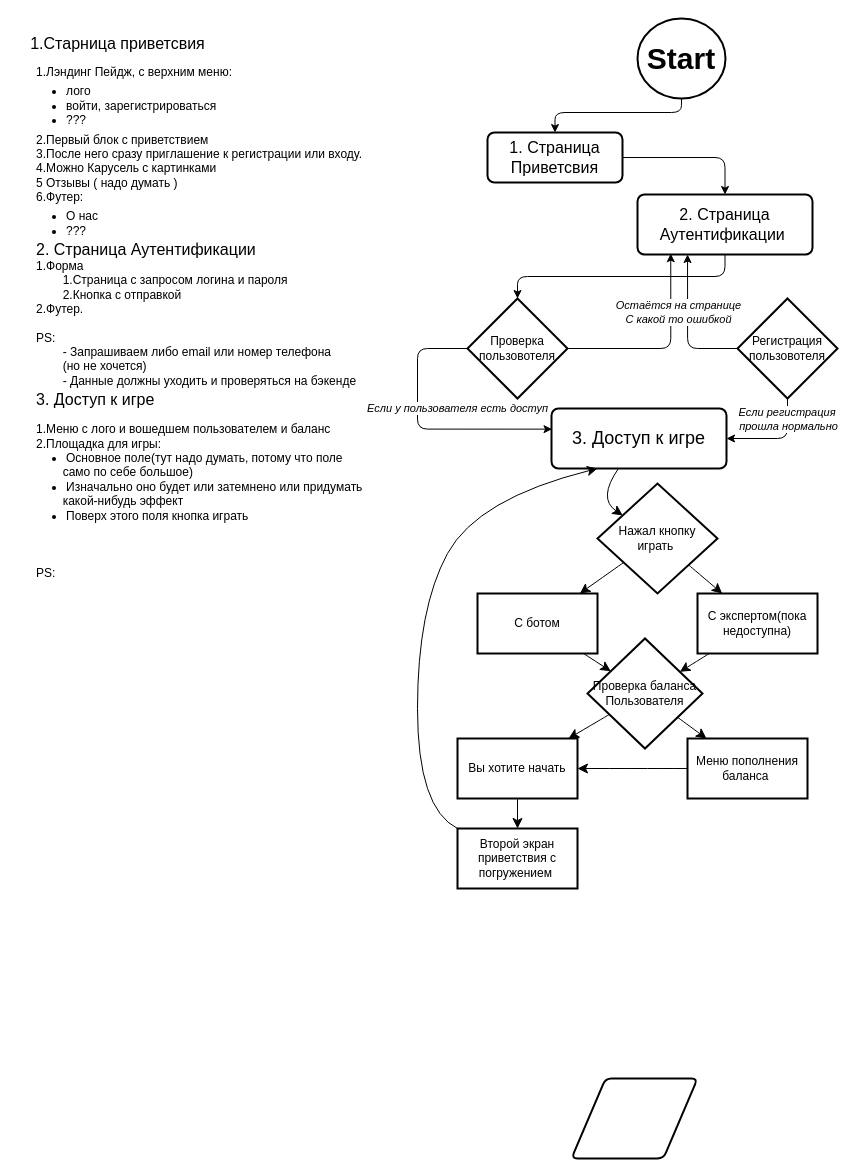
tocheniy/llg_diogram keeps this draw.io diagram as lila_game.drawio. Above is the earlier version. Source tidied: cells renumbered, new cells numbered last; positions are measured from the earlier drawing's top-left corner, leaving out a move shared by most shapes. Both pictures are drawn from the tidied source at 100%, with x=0, y=0 at pixel (17, 18).
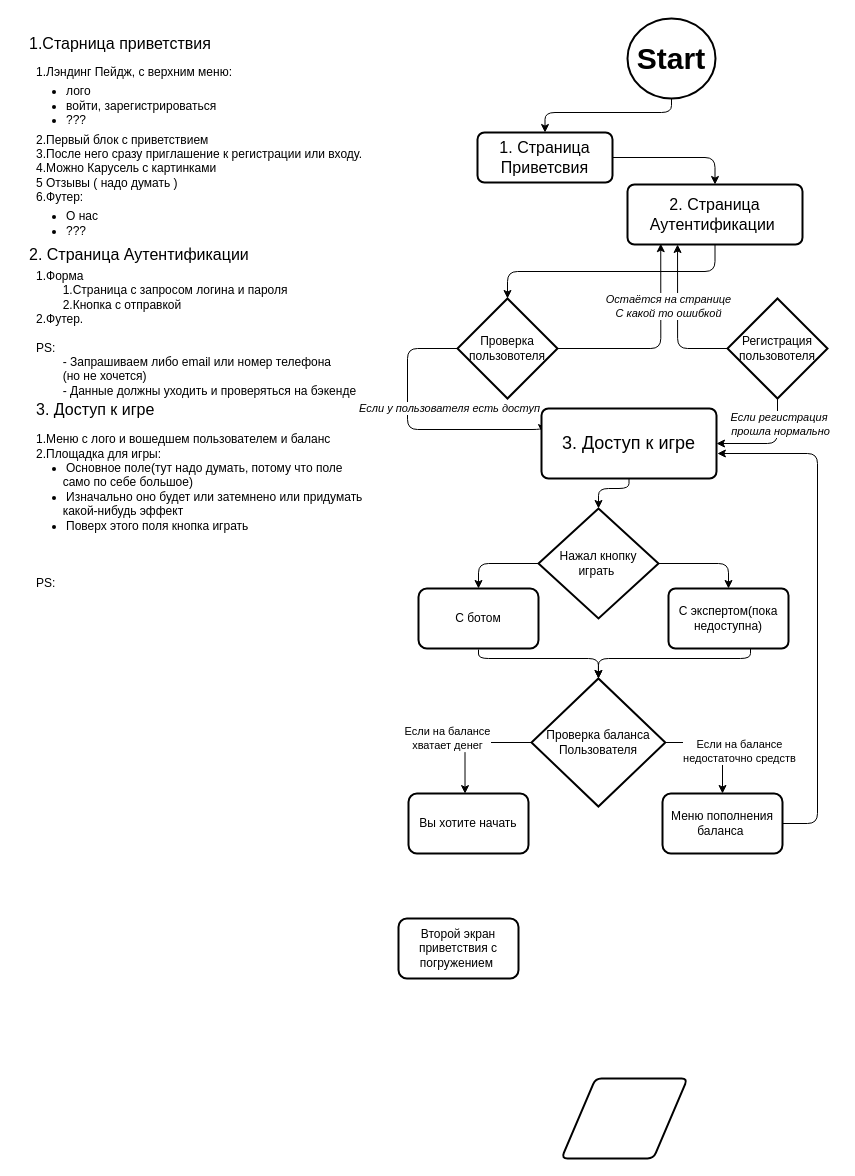
After the change.

The edit, as a diff of the source:
```diff
@@
     <mxCell id="2" value="Если у пользователя есть доступ" style="edgeStyle=orthogonalEdgeStyle;rounded=1;jettySize=auto;html=1;exitX=0;exitY=0.5;exitDx=0;exitDy=0;exitPerimeter=0;fontStyle=2;strokeColor=default;align=center;verticalAlign=middle;fontFamily=Helvetica;fontSize=11;fontColor=default;labelBackgroundColor=default;endArrow=classic;curved=0;entryX=0.003;entryY=0.344;entryDx=0;entryDy=0;entryPerimeter=0;" parent="1" edge="1" target="22">
       <mxGeometry x="0.29" y="21" relative="1" as="geometry">
-        <mxPoint x="450" y="330" as="sourcePoint" />
+        <mxPoint x="440" y="330" as="sourcePoint" />
         <Array as="points">
-          <mxPoint x="400" y="330" />
-          <mxPoint x="400" y="411" />
-          <mxPoint x="535" y="411" />
+          <mxPoint x="390" y="330" />
+          <mxPoint x="390" y="411" />
+          <mxPoint x="525" y="411" />
         </Array>
       </mxGeometry>
     </mxCell>
@@
     <mxCell id="4" value="Проверка пользовотеля" style="strokeWidth=2;html=1;shape=mxgraph.flowchart.decision;whiteSpace=wrap;" parent="1" vertex="1">
-      <mxGeometry x="450" y="280" width="100" height="100" as="geometry" />
+      <mxGeometry x="440" y="280" width="100" height="100" as="geometry" />
     </mxCell>
     <mxCell id="5" style="shape=parallelogram;html=1;strokeWidth=2;perimeter=parallelogramPerimeter;whiteSpace=wrap;rounded=1;arcSize=12;size=0.27;" parent="1" vertex="1">
-      <mxGeometry x="554" y="1060" width="126" height="80" as="geometry" />
+      <mxGeometry x="544" y="1060" width="126" height="80" as="geometry" />
     </mxCell>
@@
     <mxCell id="7" value="&lt;font style=&quot;font-size: 16px;&quot;&gt;1. Страница Приветсвия&lt;/font&gt;" style="rounded=1;whiteSpace=wrap;html=1;absoluteArcSize=1;arcSize=14;strokeWidth=2;" parent="1" vertex="1">
-      <mxGeometry x="470" y="114" width="135" height="50" as="geometry" />
+      <mxGeometry x="460" y="114" width="135" height="50" as="geometry" />
     </mxCell>
     <mxCell id="8" style="edgeStyle=orthogonalEdgeStyle;rounded=1;jettySize=auto;html=1;exitX=0.5;exitY=1;exitDx=0;exitDy=0;exitPerimeter=0;entryX=0.5;entryY=0;entryDx=0;entryDy=0;strokeColor=default;align=center;verticalAlign=middle;fontFamily=Helvetica;fontSize=11;fontColor=default;labelBackgroundColor=default;endArrow=classic;curved=0;" parent="1" edge="1" source="9" target="7">
       <mxGeometry relative="1" as="geometry">
         <Array as="points">
-          <mxPoint x="664" y="94" />
-          <mxPoint x="537" y="94" />
+          <mxPoint x="654" y="94" />
+          <mxPoint x="527" y="94" />
         </Array>
       </mxGeometry>
     </mxCell>
     <mxCell id="9" value="&lt;font style=&quot;font-size: 30px;&quot;&gt;&lt;b&gt;Start&lt;/b&gt;&lt;/font&gt;" style="strokeWidth=2;html=1;shape=mxgraph.flowchart.start_2;whiteSpace=wrap;" parent="1" vertex="1">
-      <mxGeometry x="620" width="88" height="80" as="geometry" />
+      <mxGeometry x="610" width="88" height="80" as="geometry" />
     </mxCell>
-    <mxCell id="10" value="1.Старница приветсвия" style="text;html=1;align=center;verticalAlign=middle;strokeColor=none;fillColor=none;fontSize=16;" parent="1" vertex="1">
-      <mxGeometry y="10" width="200" height="30" as="geometry" />
+    <mxCell id="10" value="1.Старница приветствия" style="text;html=1;align=left;verticalAlign=middle;strokeColor=none;fillColor=none;fontSize=16;" parent="1" vertex="1">
+      <mxGeometry x="10" y="10" width="210" height="30" as="geometry" />
     </mxCell>
@@
     <mxCell id="12" value="&lt;font style=&quot;font-size: 16px;&quot;&gt;2. Страница Аутентификации&amp;nbsp;&lt;/font&gt;" style="rounded=1;whiteSpace=wrap;html=1;absoluteArcSize=1;arcSize=14;strokeWidth=2;" parent="1" vertex="1">
-      <mxGeometry x="620" y="176" width="175" height="60" as="geometry" />
+      <mxGeometry x="610" y="166" width="175" height="60" as="geometry" />
     </mxCell>
     <mxCell id="13" value="2. Страница Аутентификации" style="text;align=left;verticalAlign=middle;strokeColor=none;fillColor=none;fontSize=16;" parent="1" vertex="1">
-      <mxGeometry x="17" y="215" width="240" height="30" as="geometry" />
+      <mxGeometry x="10" y="220" width="240" height="30" as="geometry" />
     </mxCell>
     <mxCell id="14" value="&lt;div&gt;&lt;span style=&quot;background-color: initial;&quot;&gt;1.Форма&lt;/span&gt;&lt;br&gt;&lt;/div&gt;&lt;span style=&quot;white-space: pre;&quot;&gt;&#9;&lt;/span&gt;1.Страница с запросом логина и пароля&lt;div&gt;&lt;span style=&quot;white-space: pre;&quot;&gt;&#9;&lt;/span&gt;2.Кнопка с отправкой&lt;/div&gt;&lt;div&gt;2.Футер.&lt;/div&gt;&lt;div&gt;&lt;br&gt;&lt;/div&gt;&lt;div&gt;PS:&lt;/div&gt;&lt;div&gt;&lt;span style=&quot;white-space: pre;&quot;&gt;&#9;&lt;/span&gt;- Запрашиваем либо email или номер телефона&amp;nbsp;&lt;/div&gt;&lt;div&gt;&lt;span style=&quot;white-space: pre;&quot;&gt;&#9;&lt;/span&gt;(&lt;span style=&quot;background-color: initial;&quot;&gt;но не хочется)&lt;/span&gt;&lt;/div&gt;&lt;div&gt;&lt;div&gt;&lt;span style=&quot;white-space: pre;&quot;&gt;&#9;&lt;/span&gt;- Данные должны уходить и проверяться на бэкенде&lt;/div&gt;&lt;/div&gt;" style="text;html=1;align=left;verticalAlign=middle;strokeColor=none;fillColor=none;" parent="1" vertex="1">
-      <mxGeometry x="17" y="235" width="340" height="140" as="geometry" />
+      <mxGeometry x="17" y="245" width="340" height="140" as="geometry" />
     </mxCell>
@@
     <mxCell id="20" value="Регистрация пользовотеля" style="strokeWidth=2;html=1;shape=mxgraph.flowchart.decision;whiteSpace=wrap;" parent="1" vertex="1">
-      <mxGeometry x="720" y="280" width="100" height="100" as="geometry" />
+      <mxGeometry x="710" y="280" width="100" height="100" as="geometry" />
     </mxCell>
-    <mxCell id="21" style="edgeStyle=none;curved=1;rounded=0;jettySize=auto;html=1;fontSize=12;startSize=8;endSize=8;" parent="1" edge="1" target="27">
-      <mxGeometry relative="1" as="geometry">
-        <mxPoint x="601" y="450" as="sourcePoint" />
-        <Array as="points">
-          <mxPoint x="580" y="480" />
-        </Array>
-      </mxGeometry>
-    </mxCell>
+    <mxCell id="41" style="edgeStyle=orthogonalEdgeStyle;rounded=1;jettySize=auto;html=1;curved=0;" parent="1" edge="1" source="22" target="27">
+      <mxGeometry relative="1" as="geometry">
+        <Array as="points">
+          <mxPoint x="611" y="470" />
+          <mxPoint x="581" y="470" />
+        </Array>
+      </mxGeometry>
+    </mxCell>
     <mxCell id="22" value="&lt;span style=&quot;font-size: 18px;&quot;&gt;3. Доступ к игре&lt;/span&gt;" style="rounded=1;whiteSpace=wrap;html=1;absoluteArcSize=1;arcSize=14;strokeWidth=2;" parent="1" vertex="1">
-      <mxGeometry x="534" y="390" width="175" height="60" as="geometry" />
+      <mxGeometry x="524" y="390" width="175" height="70" as="geometry" />
     </mxCell>
     <mxCell id="23" value="3. Доступ к игре" style="text;align=left;verticalAlign=middle;strokeColor=none;fillColor=none;fontSize=16;" parent="1" vertex="1">
-      <mxGeometry x="17" y="365" width="140" height="30" as="geometry" />
+      <mxGeometry x="17" y="375" width="140" height="30" as="geometry" />
     </mxCell>
     <mxCell id="24" value="&lt;div&gt;&lt;span style=&quot;background-color: initial;&quot;&gt;1.Меню с лого и вошедшем пользователем и баланс&lt;/span&gt;&lt;/div&gt;&lt;div&gt;2.Площадка для игры:&lt;/div&gt;&lt;div&gt;&lt;ul style=&quot;padding-left: 30px; margin-top: 0px; margin-bottom: 0px;&quot;&gt;&lt;li&gt;Основное поле(тут надо думать, потому что поле&amp;nbsp;&lt;/li&gt;&lt;/ul&gt;&lt;span style=&quot;background-color: initial;&quot;&gt;&lt;span style=&quot;white-space: pre;&quot;&gt;&#9;&lt;/span&gt;само по себе большое)&amp;nbsp;&lt;/span&gt;&lt;br&gt;&lt;ul style=&quot;padding-left: 30px; margin-top: 0px; margin-bottom: 0px;&quot;&gt;&lt;li&gt;Изначально оно будет или затемнено или придумать&lt;/li&gt;&lt;/ul&gt;&lt;span style=&quot;background-color: initial;&quot;&gt;&lt;span style=&quot;white-space: pre;&quot;&gt;&#9;&lt;/span&gt;какой-нибудь эффект&amp;nbsp;&lt;/span&gt;&lt;/div&gt;&lt;div&gt;&lt;ul style=&quot;padding-left: 30px; margin-top: 0px; margin-bottom: 0px;&quot;&gt;&lt;li&gt;Поверх этого поля кнопка играть&lt;/li&gt;&lt;/ul&gt;&lt;div&gt;&lt;br&gt;&lt;/div&gt;&lt;/div&gt;&lt;div&gt;&lt;br&gt;&lt;/div&gt;&lt;div&gt;&lt;br&gt;&lt;/div&gt;&lt;div&gt;PS:&lt;br&gt;&lt;div&gt;&lt;br&gt;&lt;/div&gt;&lt;/div&gt;" style="text;html=1;align=left;verticalAlign=middle;strokeColor=none;fillColor=none;" parent="1" vertex="1">
-      <mxGeometry x="17" y="395" width="350" height="190" as="geometry" />
+      <mxGeometry x="17" y="405" width="350" height="190" as="geometry" />
     </mxCell>
-    <mxCell id="25" style="edgeStyle=none;curved=1;rounded=0;jettySize=auto;html=1;fontSize=12;startSize=8;endSize=8;" parent="1" edge="1" source="27" target="29">
+    <mxCell id="25" style="edgeStyle=orthogonalEdgeStyle;rounded=1;jettySize=auto;html=1;exitX=0;exitY=0.5;exitDx=0;exitDy=0;curved=0;" parent="1" edge="1" source="27" target="29">
       <mxGeometry relative="1" as="geometry" />
     </mxCell>
-    <mxCell id="26" style="edgeStyle=none;curved=1;rounded=0;jettySize=auto;html=1;fontSize=12;startSize=8;endSize=8;" parent="1" edge="1" source="27" target="31">
+    <mxCell id="26" style="edgeStyle=orthogonalEdgeStyle;rounded=1;jettySize=auto;html=1;exitX=1;exitY=0.5;exitDx=0;exitDy=0;entryX=0.5;entryY=0;entryDx=0;entryDy=0;curved=0;" parent="1" edge="1" source="27" target="31">
       <mxGeometry relative="1" as="geometry" />
     </mxCell>
     <mxCell id="27" value="Нажал кнопку играть&amp;nbsp;" style="rhombus;whiteSpace=wrap;html=1;rounded=1;arcSize=0;strokeWidth=2;" parent="1" vertex="1">
-      <mxGeometry x="580" y="465" width="120" height="110" as="geometry" />
+      <mxGeometry x="521" y="490" width="120" height="110" as="geometry" />
     </mxCell>
-    <mxCell id="28" style="edgeStyle=none;curved=1;rounded=0;jettySize=auto;html=1;fontSize=12;startSize=8;endSize=8;" parent="1" edge="1" source="29" target="34">
-      <mxGeometry relative="1" as="geometry" />
-    </mxCell>
+    <mxCell id="42" style="edgeStyle=orthogonalEdgeStyle;rounded=1;jettySize=auto;html=1;exitX=0.5;exitY=1;exitDx=0;exitDy=0;curved=0;" parent="1" edge="1" target="34">
+      <mxGeometry relative="1" as="geometry">
+        <mxPoint x="461" y="631" as="sourcePoint" />
+        <Array as="points">
+          <mxPoint x="461" y="640" />
+          <mxPoint x="581" y="640" />
+        </Array>
+      </mxGeometry>
+    </mxCell>
-    <mxCell id="29" value="С ботом" style="whiteSpace=wrap;html=1;rounded=1;arcSize=0;strokeWidth=2;" parent="1" vertex="1">
-      <mxGeometry x="460" y="575" width="120" height="60" as="geometry" />
+    <mxCell id="29" value="С ботом" style="whiteSpace=wrap;html=1;rounded=1;arcSize=14;strokeWidth=2;strokeColor=default;align=center;verticalAlign=middle;fontFamily=Helvetica;fontSize=12;fontColor=default;fillColor=default;" parent="1" vertex="1">
+      <mxGeometry x="401" y="570" width="120" height="60" as="geometry" />
     </mxCell>
-    <mxCell id="30" style="edgeStyle=none;curved=1;rounded=0;jettySize=auto;html=1;fontSize=12;startSize=8;endSize=8;" parent="1" edge="1" source="31" target="34">
-      <mxGeometry relative="1" as="geometry" />
-    </mxCell>
+    <mxCell id="43" style="edgeStyle=orthogonalEdgeStyle;rounded=1;jettySize=auto;html=1;exitX=0.5;exitY=1;exitDx=0;exitDy=0;entryX=0.5;entryY=0;entryDx=0;entryDy=0;curved=0;" parent="1" edge="1" target="34">
+      <mxGeometry relative="1" as="geometry">
+        <mxPoint x="733" y="630" as="sourcePoint" />
+        <Array as="points">
+          <mxPoint x="733" y="640" />
+          <mxPoint x="581" y="640" />
+        </Array>
+      </mxGeometry>
+    </mxCell>
-    <mxCell id="31" value="С экспертом(пока недоступна)" style="whiteSpace=wrap;html=1;rounded=1;arcSize=0;strokeWidth=2;" parent="1" vertex="1">
-      <mxGeometry x="680" y="575" width="120" height="60" as="geometry" />
+    <mxCell id="31" value="С экспертом(пока недоступна)" style="whiteSpace=wrap;html=1;rounded=1;arcSize=14;strokeWidth=2;absoluteArcSize=1;" parent="1" vertex="1">
+      <mxGeometry x="651" y="570" width="120" height="60" as="geometry" />
     </mxCell>
+    <mxCell id="33" style="edgeStyle=orthogonalEdgeStyle;rounded=1;jettySize=auto;html=1;exitX=1;exitY=0.5;exitDx=0;exitDy=0;curved=0;" parent="1" edge="1" source="34" target="38">
+      <mxGeometry relative="1" as="geometry" />
+    </mxCell>
+    <mxCell id="44" value="Если на балансе&lt;br&gt;недостаточно средств" style="edgeLabel;html=1;align=center;verticalAlign=middle;" parent="33" vertex="1">
+      <mxGeometry x="0.33" relative="1" as="geometry">
+        <mxPoint x="16" y="-6" as="offset" />
+      </mxGeometry>
+    </mxCell>
+    <mxCell id="34" value="Проверка баланса&lt;div&gt;Пользователя&lt;/div&gt;" style="rhombus;whiteSpace=wrap;html=1;rounded=1;arcSize=0;strokeWidth=2;" parent="1" vertex="1">
+      <mxGeometry x="514" y="660" width="133.8" height="128" as="geometry" />
+    </mxCell>
+    <mxCell id="36" value="Вы хотите начать" style="whiteSpace=wrap;html=1;rounded=1;arcSize=14;strokeWidth=2;strokeColor=default;align=center;verticalAlign=middle;fontFamily=Helvetica;fontSize=12;fontColor=default;fillColor=default;" parent="1" vertex="1">
+      <mxGeometry x="391" y="775" width="120" height="60" as="geometry" />
+    </mxCell>
+    <mxCell id="45" style="edgeStyle=orthogonalEdgeStyle;rounded=1;jettySize=auto;html=1;exitX=1;exitY=0.5;exitDx=0;exitDy=0;curved=0;entryX=1.005;entryY=0.643;entryDx=0;entryDy=0;entryPerimeter=0;" parent="1" edge="1" source="38" target="22">
+      <mxGeometry relative="1" as="geometry">
+        <Array as="points">
+          <mxPoint x="800" y="805" />
+          <mxPoint x="800" y="435" />
+        </Array>
+      </mxGeometry>
+    </mxCell>
+    <mxCell id="38" value="Меню пополнения баланса&amp;nbsp;" style="whiteSpace=wrap;html=1;rounded=1;arcSize=14;strokeWidth=2;strokeColor=default;align=center;verticalAlign=middle;fontFamily=Helvetica;fontSize=12;fontColor=default;fillColor=default;" parent="1" vertex="1">
+      <mxGeometry x="645" y="775" width="120" height="60" as="geometry" />
+    </mxCell>
+    <mxCell id="40" value="Второй экран приветствия с погружением&amp;nbsp;" style="whiteSpace=wrap;html=1;rounded=1;arcSize=14;strokeWidth=2;strokeColor=default;align=center;verticalAlign=middle;fontFamily=Helvetica;fontSize=12;fontColor=default;fillColor=default;" parent="1" vertex="1">
+      <mxGeometry x="381" y="900" width="120" height="60" as="geometry" />
+    </mxCell>
-    <mxCell id="32" style="edgeStyle=none;curved=1;rounded=0;jettySize=auto;html=1;fontSize=12;startSize=8;endSize=8;" parent="1" edge="1" source="34" target="36">
+    <mxCell id="32" style="edgeStyle=orthogonalEdgeStyle;rounded=1;jettySize=auto;html=1;exitX=0;exitY=0.5;exitDx=0;exitDy=0;entryX=0.471;entryY=0.002;entryDx=0;entryDy=0;entryPerimeter=0;curved=0;" parent="1" edge="1" source="34" target="36">
       <mxGeometry relative="1" as="geometry" />
     </mxCell>
-    <mxCell id="33" style="edgeStyle=none;curved=1;rounded=0;jettySize=auto;html=1;fontSize=12;startSize=8;endSize=8;" parent="1" edge="1" source="34" target="38">
-      <mxGeometry relative="1" as="geometry" />
-    </mxCell>
-    <mxCell id="34" value="Проверка баланса&lt;div&gt;Пользователя&lt;/div&gt;" style="rhombus;whiteSpace=wrap;html=1;rounded=1;arcSize=0;strokeWidth=2;" parent="1" vertex="1">
-      <mxGeometry x="570" y="620" width="115" height="110" as="geometry" />
-    </mxCell>
-    <mxCell id="35" style="edgeStyle=none;curved=1;rounded=0;jettySize=auto;html=1;fontSize=12;startSize=8;endSize=8;" parent="1" edge="1" source="36" target="40">
-      <mxGeometry relative="1" as="geometry" />
-    </mxCell>
-    <mxCell id="36" value="Вы хотите начать" style="whiteSpace=wrap;html=1;rounded=1;arcSize=0;strokeWidth=2;" parent="1" vertex="1">
-      <mxGeometry x="440" y="720" width="120" height="60" as="geometry" />
-    </mxCell>
-    <mxCell id="37" style="edgeStyle=none;curved=1;rounded=0;jettySize=auto;html=1;fontSize=12;startSize=8;endSize=8;" parent="1" edge="1" source="38" target="36">
-      <mxGeometry relative="1" as="geometry" />
-    </mxCell>
-    <mxCell id="38" value="Меню пополнения баланса&amp;nbsp;" style="whiteSpace=wrap;html=1;rounded=1;arcSize=0;strokeWidth=2;" parent="1" vertex="1">
-      <mxGeometry x="670" y="720" width="120" height="60" as="geometry" />
-    </mxCell>
-    <mxCell id="39" style="edgeStyle=none;curved=1;rounded=0;jettySize=auto;html=1;fontSize=12;startSize=8;endSize=8;" parent="1" edge="1" source="40">
-      <mxGeometry relative="1" as="geometry">
-        <mxPoint x="580" y="450" as="targetPoint" />
-        <Array as="points">
-          <mxPoint x="400" y="790" />
-          <mxPoint x="400" y="590" />
-          <mxPoint x="460" y="480" />
-        </Array>
-      </mxGeometry>
-    </mxCell>
-    <mxCell id="40" value="Второй экран приветствия с погружением&amp;nbsp;" style="whiteSpace=wrap;html=1;rounded=1;arcSize=0;strokeWidth=2;" parent="1" vertex="1">
-      <mxGeometry x="440" y="810" width="120" height="60" as="geometry" />
-    </mxCell>
+    <mxCell id="46" value="Если на балансе&lt;br&gt;хватает денег" style="edgeLabel;html=1;align=center;verticalAlign=middle;" parent="32" vertex="1">
+      <mxGeometry x="-0.02" y="-1" relative="1" as="geometry">
+        <mxPoint x="-27" y="-4" as="offset" />
+      </mxGeometry>
+    </mxCell>
```
